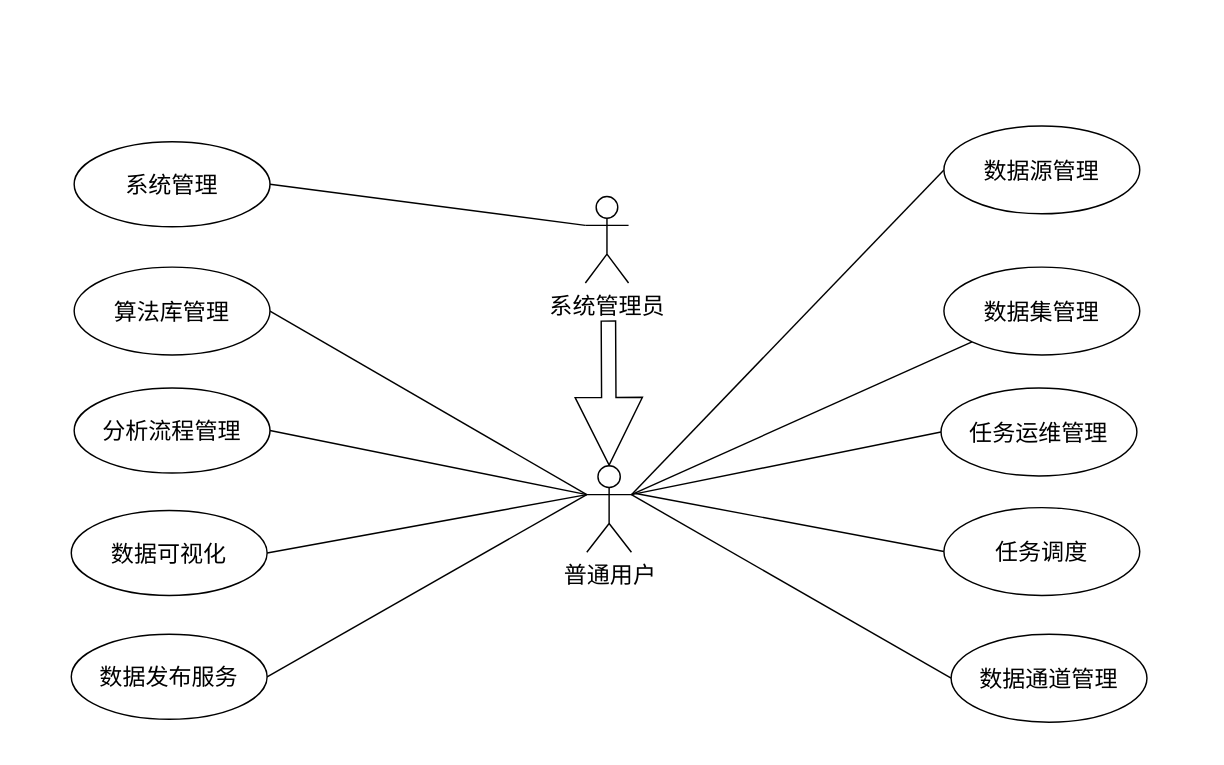
Above: first.drawio in nianqingdeguowang/python (draw.io), before the change. Source tidied: cells renumbered, new cells numbered last; positions are measured from the earlier drawing's top-left corner, leaving out a move shared by most shapes. Both pictures are drawn from the tidied source at 144%, with x=0, y=0 at pixel (71, 125).
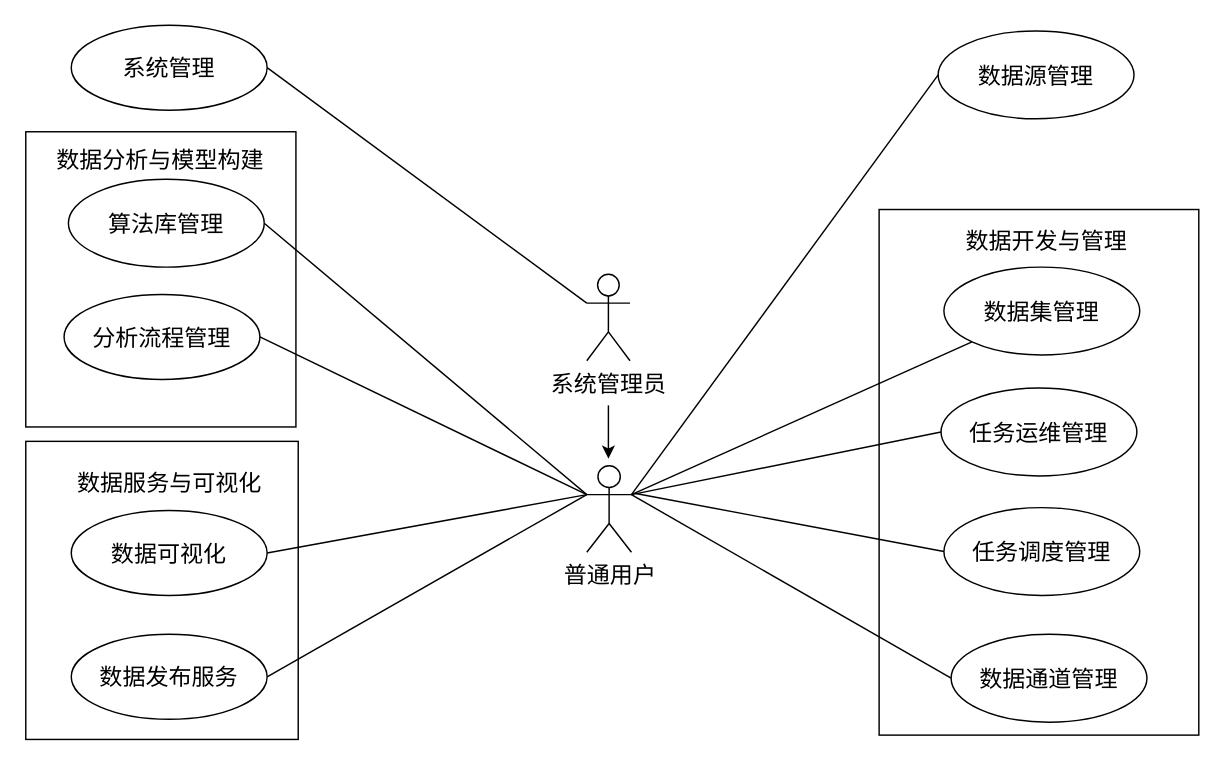
The same page after the edit.

The change refers to these unchanged cells:
```xml
<mxCell id="8" value="普通用户" style="shape=umlActor;verticalLabelPosition=bottom;verticalAlign=top;html=1;fontSize=16;" parent="1" vertex="1">
  <mxGeometry x="358" y="236" width="31" height="60" as="geometry" />
</mxCell>
```

Change to the diagram source:
```diff
@@
+    <mxCell id="25" style="rounded=0;whiteSpace=wrap;html=1;" parent="1" vertex="1">
+      <mxGeometry x="-31.6" y="4" width="187.6" height="205" as="geometry" />
+    </mxCell>
+    <mxCell id="26" style="rounded=0;whiteSpace=wrap;html=1;" parent="1" vertex="1">
+      <mxGeometry x="-31.6" y="219" width="189.2" height="207" as="geometry" />
+    </mxCell>
+    <mxCell id="27" style="rounded=0;whiteSpace=wrap;html=1;" parent="1" vertex="1">
+      <mxGeometry x="561" y="58" width="222" height="365" as="geometry" />
+    </mxCell>
@@
     <mxCell id="10" value="系统管理员" style="shape=umlActor;verticalLabelPosition=bottom;verticalAlign=top;html=1;fontSize=16;" parent="1" vertex="1">
-      <mxGeometry x="357" y="49" width="30" height="60" as="geometry" />
+      <mxGeometry x="358" y="103" width="30" height="60" as="geometry" />
     </mxCell>
     <mxCell id="11" value="分析流程管理" style="ellipse;whiteSpace=wrap;html=1;fontSize=16;" parent="1" vertex="1">
-      <mxGeometry x="2" y="182" width="136" height="59" as="geometry" />
+      <mxGeometry x="-5" y="117" width="136" height="59" as="geometry" />
     </mxCell>
     <mxCell id="12" value="算法库管理" style="ellipse;whiteSpace=wrap;html=1;fontSize=16;" parent="1" vertex="1">
-      <mxGeometry x="2" y="98" width="136" height="61" as="geometry" />
+      <mxGeometry x="-2" y="37" width="136" height="61" as="geometry" />
     </mxCell>
     <mxCell id="13" value="系统管理" style="ellipse;whiteSpace=wrap;html=1;fontSize=16;" parent="1" vertex="1">
-      <mxGeometry x="2" y="11" width="136" height="59" as="geometry" />
+      <mxGeometry y="-70" width="136" height="59" as="geometry" />
     </mxCell>
     <mxCell id="14" value="数据源管理" style="ellipse;whiteSpace=wrap;html=1;fontSize=16;" parent="1" vertex="1">
-      <mxGeometry x="606" width="136" height="61" as="geometry" />
+      <mxGeometry x="602" y="-66" width="136" height="61" as="geometry" />
     </mxCell>
@@
-    <mxCell id="23" value="任务调度" style="ellipse;whiteSpace=wrap;html=1;fontSize=16;" parent="1" vertex="1">
+    <mxCell id="23" value="任务调度管理" style="ellipse;whiteSpace=wrap;html=1;fontSize=16;" parent="1" vertex="1">
       <mxGeometry x="606" y="265" width="136" height="61" as="geometry" />
     </mxCell>
-    <mxCell id="24" style="endArrow=block;endSize=15.328571428571431;endFill=0;html=1;rounded=0;shape=flexArrow;entryX=0.5;entryY=0;entryDx=0;entryDy=0;entryPerimeter=0;endWidth=35.714285714285715;" parent="1" edge="1" target="8">
-      <mxGeometry relative="1" as="geometry">
-        <mxPoint x="373" y="135" as="sourcePoint" />
-      </mxGeometry>
-    </mxCell>
+    <mxCell id="28" style="rounded=0;orthogonalLoop=1;jettySize=auto;html=1;" parent="1" edge="1">
+      <mxGeometry relative="1" as="geometry">
+        <mxPoint x="373" y="194" as="sourcePoint" />
+        <mxPoint x="373" y="231" as="targetPoint" />
+      </mxGeometry>
+    </mxCell>
+    <mxCell id="29" value="&lt;font style=&quot;font-size: 16px;&quot;&gt;数据分析与模型构建&lt;/font&gt;" style="text;strokeColor=none;align=center;fillColor=none;html=1;verticalAlign=middle;whiteSpace=wrap;rounded=0;" parent="1" vertex="1">
+      <mxGeometry x="-21.8" y="9" width="168" height="30" as="geometry" />
+    </mxCell>
+    <mxCell id="30" value="&lt;font style=&quot;font-size: 16px;&quot;&gt;数据开发与管理&lt;/font&gt;" style="text;strokeColor=none;align=center;fillColor=none;html=1;verticalAlign=middle;whiteSpace=wrap;rounded=0;" parent="1" vertex="1">
+      <mxGeometry x="617" y="68" width="121" height="23" as="geometry" />
+    </mxCell>
+    <mxCell id="31" value="&lt;font style=&quot;font-size: 16px;&quot;&gt;数据服务与可视化&lt;/font&gt;" style="text;strokeColor=none;align=center;fillColor=none;html=1;verticalAlign=middle;whiteSpace=wrap;rounded=0;" parent="1" vertex="1">
+      <mxGeometry x="-0.2" y="236" width="136.5" height="23" as="geometry" />
+    </mxCell>
```
